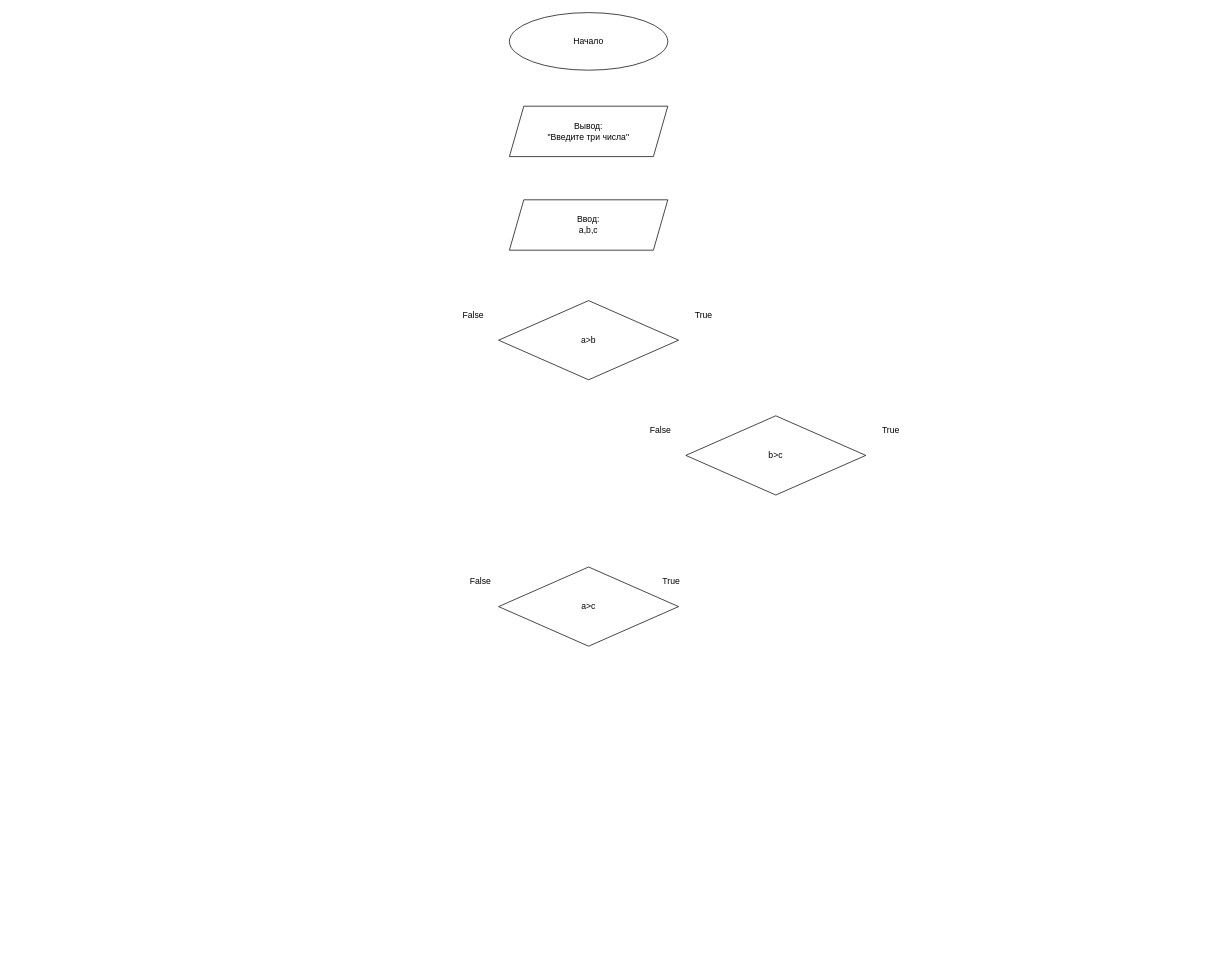
This is page "task_9" (5 of 5) of lesson1.drawio from effgenlyapin29081983/algorithms, a draw.io file, before an edit. Source tidied: cells renumbered, new cells numbered last; positions are measured from the earlier drawing's top-left corner, leaving out a move shared by most shapes. Both pictures are drawn from the tidied source at 72%, with x=0, y=0 at pixel (459, 12).
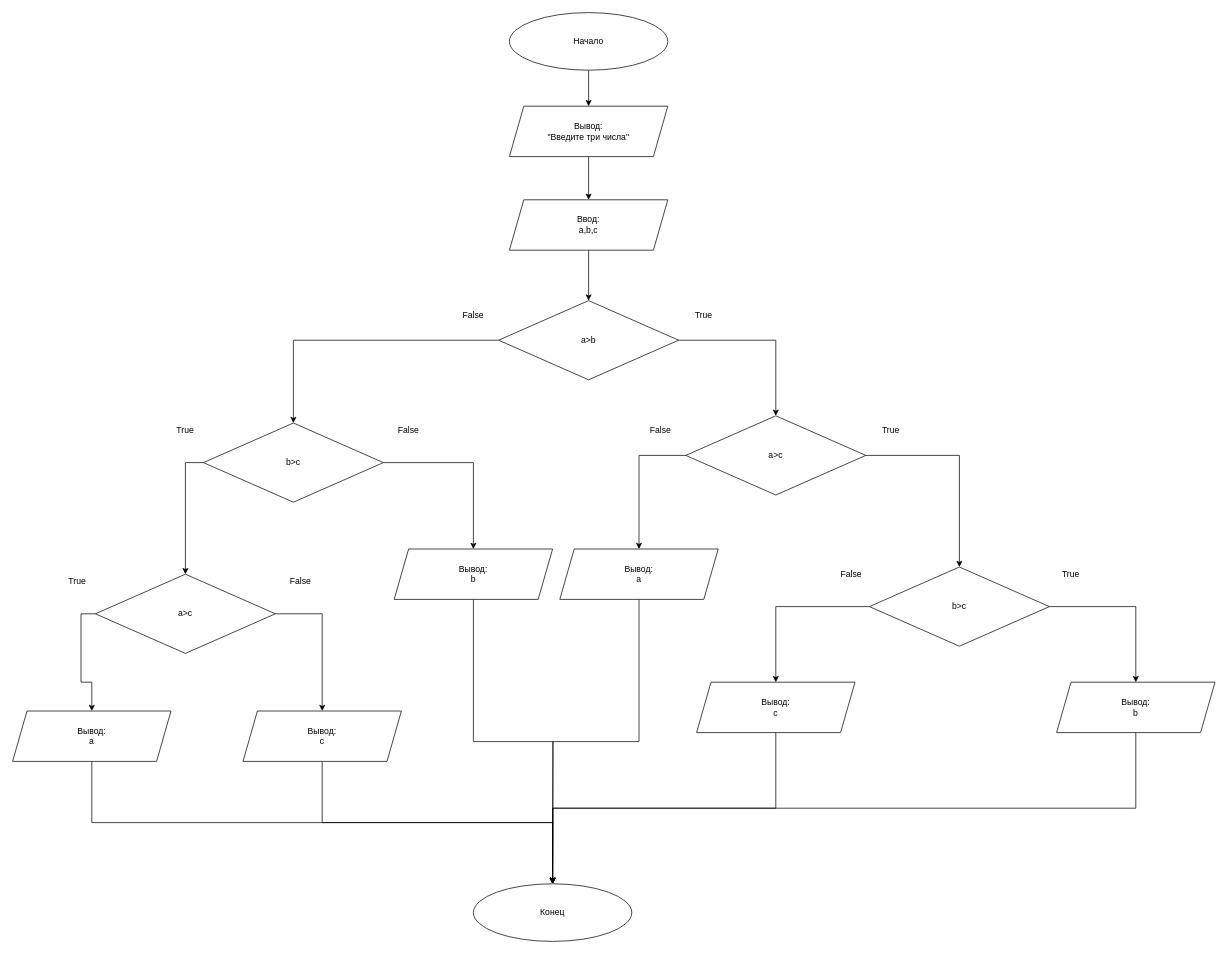
After the change.

Unchanged cells that the change refers to:
```xml
<mxCell id="2" value="Начало" style="ellipse;whiteSpace=wrap;html=1;" parent="1" vertex="1">
  <mxGeometry x="70" width="220" height="80" as="geometry" />
</mxCell>
<mxCell id="3" value="Вывод:&lt;br&gt;&quot;Введите три числа&quot;" style="shape=parallelogram;perimeter=parallelogramPerimeter;whiteSpace=wrap;html=1;fixedSize=1;" parent="1" vertex="1">
  <mxGeometry x="70" y="130" width="220" height="70" as="geometry" />
</mxCell>
<mxCell id="4" value="Ввод:&lt;br&gt;a,b,c" style="shape=parallelogram;perimeter=parallelogramPerimeter;whiteSpace=wrap;html=1;fixedSize=1;" parent="1" vertex="1">
  <mxGeometry x="70" y="260" width="220" height="70" as="geometry" />
</mxCell>
<mxCell id="5" value="a&amp;gt;b" style="rhombus;whiteSpace=wrap;html=1;" parent="1" vertex="1">
  <mxGeometry x="55" y="400" width="250" height="110" as="geometry" />
</mxCell>
```

Change to the diagram source:
```diff
@@
+    <mxCell id="14" style="edgeStyle=orthogonalEdgeStyle;rounded=0;jettySize=auto;html=1;exitX=0.5;exitY=1;exitDx=0;exitDy=0;entryX=0.5;entryY=0;entryDx=0;entryDy=0;" parent="1" edge="1" source="2" target="3">
+      <mxGeometry relative="1" as="geometry" />
+    </mxCell>
@@
+    <mxCell id="15" style="edgeStyle=orthogonalEdgeStyle;rounded=0;jettySize=auto;html=1;exitX=0.5;exitY=1;exitDx=0;exitDy=0;entryX=0.5;entryY=0;entryDx=0;entryDy=0;" parent="1" edge="1" source="3" target="4">
+      <mxGeometry relative="1" as="geometry" />
+    </mxCell>
@@
+    <mxCell id="16" style="edgeStyle=orthogonalEdgeStyle;rounded=0;jettySize=auto;html=1;exitX=0.5;exitY=1;exitDx=0;exitDy=0;entryX=0.5;entryY=0;entryDx=0;entryDy=0;" parent="1" edge="1" source="4" target="5">
+      <mxGeometry relative="1" as="geometry" />
+    </mxCell>
@@
+    <mxCell id="17" style="edgeStyle=orthogonalEdgeStyle;rounded=0;jettySize=auto;html=1;exitX=1;exitY=0.5;exitDx=0;exitDy=0;entryX=0.5;entryY=0;entryDx=0;entryDy=0;" parent="1" edge="1" source="5" target="8">
+      <mxGeometry relative="1" as="geometry" />
+    </mxCell>
+    <mxCell id="18" style="edgeStyle=orthogonalEdgeStyle;rounded=0;jettySize=auto;html=1;exitX=0;exitY=0.5;exitDx=0;exitDy=0;entryX=0.5;entryY=0;entryDx=0;entryDy=0;" parent="1" edge="1" source="5" target="31">
+      <mxGeometry relative="1" as="geometry" />
+    </mxCell>
@@
+    <mxCell id="19" style="edgeStyle=orthogonalEdgeStyle;rounded=0;jettySize=auto;html=1;exitX=0;exitY=0.5;exitDx=0;exitDy=0;entryX=0.5;entryY=0;entryDx=0;entryDy=0;" parent="1" edge="1" source="8" target="28">
+      <mxGeometry relative="1" as="geometry" />
+    </mxCell>
+    <mxCell id="20" style="edgeStyle=orthogonalEdgeStyle;rounded=0;jettySize=auto;html=1;exitX=1;exitY=0.5;exitDx=0;exitDy=0;entryX=0.5;entryY=0;entryDx=0;entryDy=0;" parent="1" edge="1" source="8" target="11">
+      <mxGeometry relative="1" as="geometry" />
+    </mxCell>
-    <mxCell id="8" value="b&amp;gt;c" style="rhombus;whiteSpace=wrap;html=1;" parent="1" vertex="1">
+    <mxCell id="8" value="a&amp;gt;c" style="rhombus;whiteSpace=wrap;html=1;" parent="1" vertex="1">
       <mxGeometry x="315" y="560" width="250" height="110" as="geometry" />
     </mxCell>
@@
+    <mxCell id="21" style="edgeStyle=orthogonalEdgeStyle;rounded=0;jettySize=auto;html=1;exitX=0;exitY=0.5;exitDx=0;exitDy=0;" parent="1" edge="1" source="11" target="26">
+      <mxGeometry relative="1" as="geometry" />
+    </mxCell>
+    <mxCell id="22" style="edgeStyle=orthogonalEdgeStyle;rounded=0;jettySize=auto;html=1;exitX=1;exitY=0.5;exitDx=0;exitDy=0;entryX=0.5;entryY=0;entryDx=0;entryDy=0;" parent="1" edge="1" source="11" target="24">
+      <mxGeometry relative="1" as="geometry" />
+    </mxCell>
-    <mxCell id="11" value="a&amp;gt;c" style="rhombus;whiteSpace=wrap;html=1;" parent="1" vertex="1">
-      <mxGeometry x="55" y="770" width="250" height="110" as="geometry" />
+    <mxCell id="11" value="b&amp;gt;c" style="rhombus;whiteSpace=wrap;html=1;" parent="1" vertex="1">
+      <mxGeometry x="570" y="770" width="250" height="110" as="geometry" />
     </mxCell>
     <mxCell id="12" value="False" style="text;html=1;strokeColor=none;fillColor=none;align=center;verticalAlign=middle;whiteSpace=wrap;rounded=0;" parent="1" vertex="1">
-      <mxGeometry x="10" y="780" width="40" height="20" as="geometry" />
+      <mxGeometry x="525" y="770" width="40" height="20" as="geometry" />
     </mxCell>
     <mxCell id="13" value="True" style="text;html=1;strokeColor=none;fillColor=none;align=center;verticalAlign=middle;whiteSpace=wrap;rounded=0;" parent="1" vertex="1">
-      <mxGeometry x="275" y="780" width="40" height="20" as="geometry" />
+      <mxGeometry x="830" y="770" width="40" height="20" as="geometry" />
     </mxCell>
+    <mxCell id="23" style="edgeStyle=orthogonalEdgeStyle;rounded=0;jettySize=auto;html=1;exitX=0.5;exitY=1;exitDx=0;exitDy=0;" parent="1" edge="1" source="24">
+      <mxGeometry relative="1" as="geometry">
+        <mxPoint x="130" y="1210" as="targetPoint" />
+      </mxGeometry>
+    </mxCell>
+    <mxCell id="24" value="Вывод:&lt;br&gt;b" style="shape=parallelogram;perimeter=parallelogramPerimeter;whiteSpace=wrap;html=1;fixedSize=1;" parent="1" vertex="1">
+      <mxGeometry x="830" y="930" width="220" height="70" as="geometry" />
+    </mxCell>
+    <mxCell id="25" style="edgeStyle=orthogonalEdgeStyle;rounded=0;jettySize=auto;html=1;exitX=0.5;exitY=1;exitDx=0;exitDy=0;" parent="1" edge="1" source="26" target="45">
+      <mxGeometry relative="1" as="geometry" />
+    </mxCell>
+    <mxCell id="26" value="Вывод:&lt;br&gt;c" style="shape=parallelogram;perimeter=parallelogramPerimeter;whiteSpace=wrap;html=1;fixedSize=1;" parent="1" vertex="1">
+      <mxGeometry x="330" y="930" width="220" height="70" as="geometry" />
+    </mxCell>
+    <mxCell id="27" style="edgeStyle=orthogonalEdgeStyle;rounded=0;jettySize=auto;html=1;exitX=0.5;exitY=1;exitDx=0;exitDy=0;" parent="1" edge="1" source="28">
+      <mxGeometry relative="1" as="geometry">
+        <mxPoint x="130" y="1210" as="targetPoint" />
+      </mxGeometry>
+    </mxCell>
+    <mxCell id="28" value="Вывод:&lt;br&gt;a" style="shape=parallelogram;perimeter=parallelogramPerimeter;whiteSpace=wrap;html=1;fixedSize=1;" parent="1" vertex="1">
+      <mxGeometry x="140" y="745" width="220" height="70" as="geometry" />
+    </mxCell>
+    <mxCell id="29" style="edgeStyle=orthogonalEdgeStyle;rounded=0;jettySize=auto;html=1;exitX=1;exitY=0.5;exitDx=0;exitDy=0;" parent="1" edge="1" source="31" target="35">
+      <mxGeometry relative="1" as="geometry" />
+    </mxCell>
+    <mxCell id="30" style="edgeStyle=orthogonalEdgeStyle;rounded=0;jettySize=auto;html=1;exitX=0;exitY=0.5;exitDx=0;exitDy=0;" parent="1" edge="1" source="31" target="38">
+      <mxGeometry relative="1" as="geometry" />
+    </mxCell>
+    <mxCell id="31" value="b&amp;gt;c" style="rhombus;whiteSpace=wrap;html=1;" parent="1" vertex="1">
+      <mxGeometry x="-355" y="570" width="250" height="110" as="geometry" />
+    </mxCell>
+    <mxCell id="32" value="False" style="text;html=1;strokeColor=none;fillColor=none;align=center;verticalAlign=middle;whiteSpace=wrap;rounded=0;" parent="1" vertex="1">
+      <mxGeometry x="-90" y="570" width="40" height="20" as="geometry" />
+    </mxCell>
+    <mxCell id="33" value="True" style="text;html=1;strokeColor=none;fillColor=none;align=center;verticalAlign=middle;whiteSpace=wrap;rounded=0;" parent="1" vertex="1">
+      <mxGeometry x="-400" y="570" width="40" height="20" as="geometry" />
+    </mxCell>
+    <mxCell id="34" style="edgeStyle=orthogonalEdgeStyle;rounded=0;jettySize=auto;html=1;exitX=0.5;exitY=1;exitDx=0;exitDy=0;" parent="1" edge="1" source="35">
+      <mxGeometry relative="1" as="geometry">
+        <mxPoint x="130" y="1210" as="targetPoint" />
+      </mxGeometry>
+    </mxCell>
+    <mxCell id="35" value="Вывод:&lt;br&gt;b" style="shape=parallelogram;perimeter=parallelogramPerimeter;whiteSpace=wrap;html=1;fixedSize=1;" parent="1" vertex="1">
+      <mxGeometry x="-90" y="745" width="220" height="70" as="geometry" />
+    </mxCell>
+    <mxCell id="36" style="edgeStyle=orthogonalEdgeStyle;rounded=0;jettySize=auto;html=1;exitX=1;exitY=0.5;exitDx=0;exitDy=0;entryX=0.5;entryY=0;entryDx=0;entryDy=0;" parent="1" edge="1" source="38" target="44">
+      <mxGeometry relative="1" as="geometry" />
+    </mxCell>
+    <mxCell id="37" style="edgeStyle=orthogonalEdgeStyle;rounded=0;jettySize=auto;html=1;exitX=0;exitY=0.5;exitDx=0;exitDy=0;" parent="1" edge="1" source="38" target="42">
+      <mxGeometry relative="1" as="geometry" />
+    </mxCell>
+    <mxCell id="38" value="a&amp;gt;c" style="rhombus;whiteSpace=wrap;html=1;" parent="1" vertex="1">
+      <mxGeometry x="-505" y="780" width="250" height="110" as="geometry" />
+    </mxCell>
+    <mxCell id="39" value="False" style="text;html=1;strokeColor=none;fillColor=none;align=center;verticalAlign=middle;whiteSpace=wrap;rounded=0;" parent="1" vertex="1">
+      <mxGeometry x="-240" y="780" width="40" height="20" as="geometry" />
+    </mxCell>
+    <mxCell id="40" value="True" style="text;html=1;strokeColor=none;fillColor=none;align=center;verticalAlign=middle;whiteSpace=wrap;rounded=0;" parent="1" vertex="1">
+      <mxGeometry x="-550" y="780" width="40" height="20" as="geometry" />
+    </mxCell>
+    <mxCell id="41" style="edgeStyle=orthogonalEdgeStyle;rounded=0;jettySize=auto;html=1;exitX=0.5;exitY=1;exitDx=0;exitDy=0;" parent="1" edge="1" source="42" target="45">
+      <mxGeometry relative="1" as="geometry" />
+    </mxCell>
+    <mxCell id="42" value="Вывод:&lt;br&gt;a" style="shape=parallelogram;perimeter=parallelogramPerimeter;whiteSpace=wrap;html=1;fixedSize=1;" parent="1" vertex="1">
+      <mxGeometry x="-620" y="970" width="220" height="70" as="geometry" />
+    </mxCell>
+    <mxCell id="43" style="edgeStyle=orthogonalEdgeStyle;rounded=0;jettySize=auto;html=1;exitX=0.5;exitY=1;exitDx=0;exitDy=0;entryX=0.5;entryY=0;entryDx=0;entryDy=0;" parent="1" edge="1" source="44" target="45">
+      <mxGeometry relative="1" as="geometry" />
+    </mxCell>
+    <mxCell id="44" value="Вывод:&lt;br&gt;c" style="shape=parallelogram;perimeter=parallelogramPerimeter;whiteSpace=wrap;html=1;fixedSize=1;" parent="1" vertex="1">
+      <mxGeometry x="-300" y="970" width="220" height="70" as="geometry" />
+    </mxCell>
+    <mxCell id="45" value="Конец" style="ellipse;whiteSpace=wrap;html=1;" parent="1" vertex="1">
+      <mxGeometry x="20" y="1210" width="220" height="80" as="geometry" />
+    </mxCell>
```
